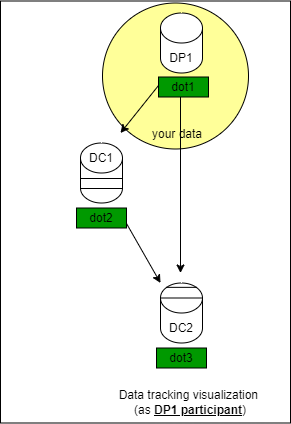
Above: diagrams/dvct-viz-1.png in Prometheus-X-association/data-value-chain-tracker (draw.io), before the change. Source tidied: cells renumbered, new cells last; positions are measured from the earlier drawing's top-left corner, leaving out a move shared by most shapes.
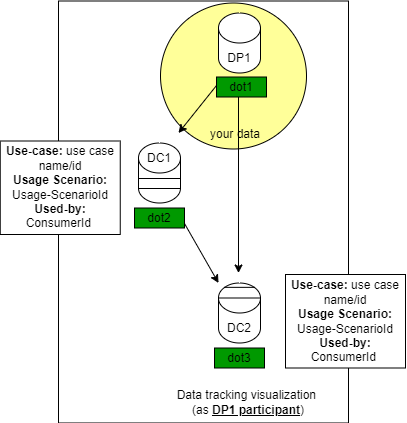
Later version of the same file.

What changed in the source:
```diff
@@ -83,5 +83,11 @@
     <mxCell id="23" value="your data" style="text;html=1;align=center;verticalAlign=middle;whiteSpace=wrap;rounded=0;" parent="1" vertex="1">
       <mxGeometry x="147" y="118.5" width="60" height="30" as="geometry" />
     </mxCell>
+    <mxCell id="24" value="&lt;b&gt;Use-case:&lt;/b&gt; use case name/id&lt;div&gt;&lt;b&gt;Usage Scenario:&lt;/b&gt; Usage-ScenarioId&lt;br&gt;&lt;div&gt;&lt;b&gt;Used-by:&lt;/b&gt; ConsumerId&amp;nbsp;&lt;br&gt;&lt;/div&gt;&lt;/div&gt;" style="rounded=0;whiteSpace=wrap;html=1;" parent="1" vertex="1">
+      <mxGeometry x="-58.2" y="140.5" width="120" height="93.5" as="geometry" />
+    </mxCell>
+    <mxCell id="25" value="&lt;b&gt;Use-case:&lt;/b&gt; use case name/id&lt;div&gt;&lt;b&gt;Usage Scenario:&lt;/b&gt; Usage-ScenarioId&lt;br&gt;&lt;div&gt;&lt;b&gt;Used-by:&lt;/b&gt; ConsumerId&amp;nbsp;&lt;br&gt;&lt;/div&gt;&lt;/div&gt;" style="rounded=0;whiteSpace=wrap;html=1;" parent="1" vertex="1">
+      <mxGeometry x="227" y="274" width="120" height="93.5" as="geometry" />
+    </mxCell>
   </root>
 </mxGraphModel>
```
